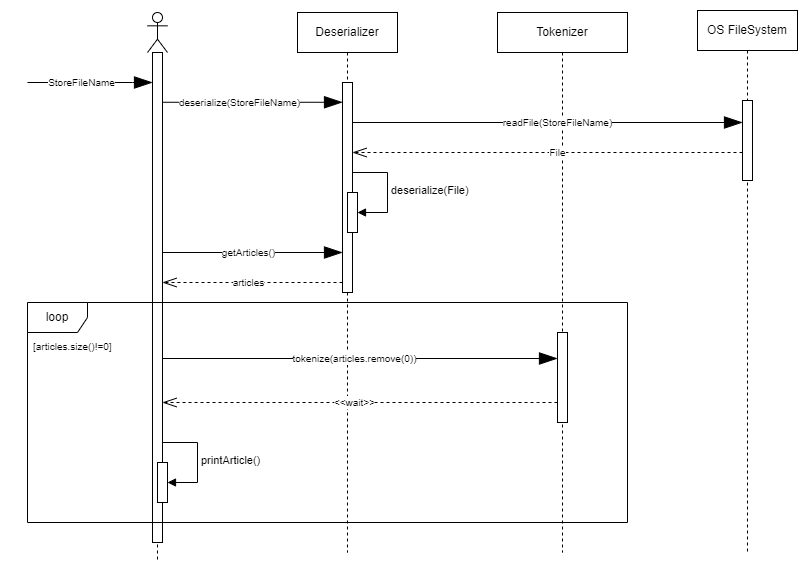
Daedalus02/eis_project keeps this draw.io diagram as design_models/sequence_diag/Deserialize_Tokenize.png. Above is the earlier version. Source tidied: cells renumbered, new cells last; positions are measured from the earlier drawing's top-left corner, leaving out a move shared by most shapes. Its diagram source:
```xml
<mxGraphModel>
  <root>
    <mxCell id="0" />
    <mxCell id="1" parent="0" />
    <mxCell id="2" style="shape=umlLifeline;perimeter=lifelinePerimeter;whiteSpace=wrap;html=1;newEdgeStyle={&quot;edgeStyle&quot;:&quot;elbowEdgeStyle&quot;,&quot;elbow&quot;:&quot;vertical&quot;,&quot;curved&quot;:0,&quot;rounded&quot;:0};participant=umlActor;" parent="1" vertex="1">
      <mxGeometry x="120" y="2" width="20" height="550" as="geometry" />
    </mxCell>
    <mxCell id="3" style="html=1;points=[];perimeter=orthogonalPerimeter;outlineConnect=0;targetShapes=umlLifeline;portConstraint=eastwest;newEdgeStyle={&quot;edgeStyle&quot;:&quot;elbowEdgeStyle&quot;,&quot;elbow&quot;:&quot;vertical&quot;,&quot;curved&quot;:0,&quot;rounded&quot;:0};" parent="2" vertex="1">
      <mxGeometry x="5" y="40" width="10" height="490" as="geometry" />
    </mxCell>
    <mxCell id="4" value="OS FileSystem" style="shape=umlLifeline;perimeter=lifelinePerimeter;whiteSpace=wrap;html=1;newEdgeStyle={&quot;edgeStyle&quot;:&quot;elbowEdgeStyle&quot;,&quot;elbow&quot;:&quot;vertical&quot;,&quot;curved&quot;:0,&quot;rounded&quot;:0};" parent="1" vertex="1">
      <mxGeometry x="670" width="100" height="542" as="geometry" />
    </mxCell>
    <mxCell id="5" style="html=1;points=[];perimeter=orthogonalPerimeter;outlineConnect=0;targetShapes=umlLifeline;portConstraint=eastwest;newEdgeStyle={&quot;edgeStyle&quot;:&quot;elbowEdgeStyle&quot;,&quot;elbow&quot;:&quot;vertical&quot;,&quot;curved&quot;:0,&quot;rounded&quot;:0};" parent="4" vertex="1">
      <mxGeometry x="45" y="90" width="10" height="80" as="geometry" />
    </mxCell>
    <mxCell id="6" value="Deserializer" style="shape=umlLifeline;perimeter=lifelinePerimeter;whiteSpace=wrap;html=1;newEdgeStyle={&quot;edgeStyle&quot;:&quot;elbowEdgeStyle&quot;,&quot;elbow&quot;:&quot;vertical&quot;,&quot;curved&quot;:0,&quot;rounded&quot;:0};" parent="1" vertex="1">
      <mxGeometry x="270" y="2" width="100" height="540" as="geometry" />
    </mxCell>
    <mxCell id="7" style="html=1;points=[];perimeter=orthogonalPerimeter;outlineConnect=0;targetShapes=umlLifeline;portConstraint=eastwest;newEdgeStyle={&quot;edgeStyle&quot;:&quot;elbowEdgeStyle&quot;,&quot;elbow&quot;:&quot;vertical&quot;,&quot;curved&quot;:0,&quot;rounded&quot;:0};" parent="6" vertex="1">
      <mxGeometry x="45" y="70" width="10" height="210" as="geometry" />
    </mxCell>
    <mxCell id="8" style="html=1;points=[];perimeter=orthogonalPerimeter;outlineConnect=0;targetShapes=umlLifeline;portConstraint=eastwest;newEdgeStyle={&quot;edgeStyle&quot;:&quot;elbowEdgeStyle&quot;,&quot;elbow&quot;:&quot;vertical&quot;,&quot;curved&quot;:0,&quot;rounded&quot;:0};" parent="6" vertex="1">
      <mxGeometry x="50" y="180" width="10" height="40" as="geometry" />
    </mxCell>
    <mxCell id="9" value="deserialize(File)" style="html=1;align=left;spacingLeft=2;endArrow=block;rounded=0;edgeStyle=orthogonalEdgeStyle;curved=0;rounded=0;" parent="6" edge="1" source="7" target="8">
      <mxGeometry relative="1" as="geometry">
        <Array as="points">
          <mxPoint x="90" y="160" />
          <mxPoint x="90" y="200" />
        </Array>
      </mxGeometry>
    </mxCell>
    <mxCell id="10" value="Tokenizer" style="shape=umlLifeline;perimeter=lifelinePerimeter;whiteSpace=wrap;html=1;newEdgeStyle={&quot;edgeStyle&quot;:&quot;elbowEdgeStyle&quot;,&quot;elbow&quot;:&quot;vertical&quot;,&quot;curved&quot;:0,&quot;rounded&quot;:0};" parent="1" vertex="1">
      <mxGeometry x="470" y="2" width="130" height="540" as="geometry" />
    </mxCell>
    <mxCell id="11" value="loop" style="shape=umlFrame;whiteSpace=wrap;html=1;" parent="10" vertex="1">
      <mxGeometry x="-470" y="290" width="600" height="220" as="geometry" />
    </mxCell>
    <mxCell id="12" value="&lt;font style=&quot;font-size: 10px;&quot;&gt;[articles.size()!=0]&lt;/font&gt;" style="text;strokeColor=none;fillColor=none;align=left;verticalAlign=top;spacingLeft=4;spacingRight=4;overflow=hidden;whiteSpace=wrap;html=1;" parent="10" vertex="1">
      <mxGeometry x="-470" y="320" width="130" height="26" as="geometry" />
    </mxCell>
    <mxCell id="13" value="&lt;font style=&quot;font-size: 10px;&quot;&gt;&amp;lt;&amp;lt;wait&amp;gt;&amp;gt;&lt;/font&gt;" style="endArrow=openThin;endSize=12;dashed=1;html=1;rounded=0;endFill=0;" parent="10" edge="1" source="14">
      <mxGeometry x="0.03" relative="1" as="geometry">
        <mxPoint x="-335" y="390" as="targetPoint" />
        <Array as="points">
          <mxPoint x="40" y="390" />
          <mxPoint x="-210" y="390" />
        </Array>
      </mxGeometry>
    </mxCell>
    <mxCell id="14" style="html=1;points=[];perimeter=orthogonalPerimeter;outlineConnect=0;targetShapes=umlLifeline;portConstraint=eastwest;newEdgeStyle={&quot;edgeStyle&quot;:&quot;elbowEdgeStyle&quot;,&quot;elbow&quot;:&quot;vertical&quot;,&quot;curved&quot;:0,&quot;rounded&quot;:0};" parent="10" vertex="1">
      <mxGeometry x="60" y="320" width="10" height="90" as="geometry" />
    </mxCell>
    <mxCell id="15" value="&lt;font style=&quot;font-size: 10px;&quot;&gt;tokenize(articles.remove(0))&lt;/font&gt;" style="endArrow=blockThin;endSize=16;endFill=1;html=1;rounded=0;" parent="10" edge="1" target="14">
      <mxGeometry x="-0.03" relative="1" as="geometry">
        <mxPoint x="-335" y="346" as="sourcePoint" />
        <Array as="points">
          <mxPoint x="-165" y="346" />
        </Array>
      </mxGeometry>
    </mxCell>
    <mxCell id="16" style="html=1;points=[];perimeter=orthogonalPerimeter;outlineConnect=0;targetShapes=umlLifeline;portConstraint=eastwest;newEdgeStyle={&quot;edgeStyle&quot;:&quot;elbowEdgeStyle&quot;,&quot;elbow&quot;:&quot;vertical&quot;,&quot;curved&quot;:0,&quot;rounded&quot;:0};" parent="10" vertex="1">
      <mxGeometry x="-340" y="450" width="10" height="40" as="geometry" />
    </mxCell>
    <mxCell id="17" value="printArticle()" style="html=1;align=left;spacingLeft=2;endArrow=block;rounded=0;edgeStyle=orthogonalEdgeStyle;curved=0;rounded=0;" parent="10" edge="1" target="16">
      <mxGeometry relative="1" as="geometry">
        <mxPoint x="-335" y="430" as="sourcePoint" />
        <Array as="points">
          <mxPoint x="-300" y="430" />
          <mxPoint x="-300" y="470" />
        </Array>
      </mxGeometry>
    </mxCell>
    <mxCell id="18" value="&lt;font style=&quot;font-size: 10px;&quot;&gt;deserialize(StoreFileName)&lt;/font&gt;" style="endArrow=blockThin;endSize=16;endFill=1;html=1;rounded=0;" parent="1" edge="1" target="7">
      <mxGeometry x="-0.14" relative="1" as="geometry">
        <mxPoint x="135" y="91.8" as="sourcePoint" />
        <Array as="points">
          <mxPoint x="300" y="91.8" />
        </Array>
      </mxGeometry>
    </mxCell>
    <mxCell id="19" value="&lt;font style=&quot;font-size: 10px;&quot;&gt;readFile(StoreFileName)&lt;/font&gt;" style="endArrow=blockThin;endSize=16;endFill=1;html=1;rounded=0;" parent="1" edge="1" target="5">
      <mxGeometry x="0.05" relative="1" as="geometry">
        <mxPoint x="325" y="112" as="sourcePoint" />
        <Array as="points">
          <mxPoint x="495" y="112" />
        </Array>
      </mxGeometry>
    </mxCell>
    <mxCell id="20" value="&lt;font style=&quot;font-size: 10px;&quot;&gt;File&lt;/font&gt;" style="endArrow=openThin;endSize=12;dashed=1;html=1;rounded=0;endFill=0;" parent="1" edge="1" source="5">
      <mxGeometry x="-0.05" relative="1" as="geometry">
        <mxPoint x="325" y="142" as="targetPoint" />
        <Array as="points">
          <mxPoint x="700" y="142" />
          <mxPoint x="610" y="142" />
        </Array>
      </mxGeometry>
    </mxCell>
    <mxCell id="21" value="&lt;font style=&quot;font-size: 10px;&quot;&gt;getArticles()&lt;/font&gt;" style="endArrow=blockThin;endSize=16;endFill=1;html=1;rounded=0;" parent="1" edge="1">
      <mxGeometry x="-0.04" relative="1" as="geometry">
        <mxPoint x="135" y="242" as="sourcePoint" />
        <mxPoint x="315" y="242" as="targetPoint" />
        <Array as="points">
          <mxPoint x="305" y="242" />
        </Array>
      </mxGeometry>
    </mxCell>
    <mxCell id="22" value="&lt;font style=&quot;font-size: 10px;&quot;&gt;articles&lt;/font&gt;" style="endArrow=openThin;endSize=12;dashed=1;html=1;rounded=0;endFill=0;" parent="1" edge="1">
      <mxGeometry x="0.04" relative="1" as="geometry">
        <mxPoint x="315" y="272" as="sourcePoint" />
        <mxPoint x="135" y="272" as="targetPoint" />
        <Array as="points">
          <mxPoint x="270" y="272" />
        </Array>
      </mxGeometry>
    </mxCell>
    <mxCell id="23" value="&lt;font style=&quot;font-size: 10px;&quot;&gt;StoreFileName&lt;/font&gt;" style="endArrow=blockThin;endSize=16;endFill=1;html=1;rounded=0;" parent="1" edge="1" target="3">
      <mxGeometry x="-0.14" relative="1" as="geometry">
        <mxPoint y="72" as="sourcePoint" />
        <Array as="points">
          <mxPoint x="105" y="72" />
        </Array>
      </mxGeometry>
    </mxCell>
  </root>
</mxGraphModel>
```
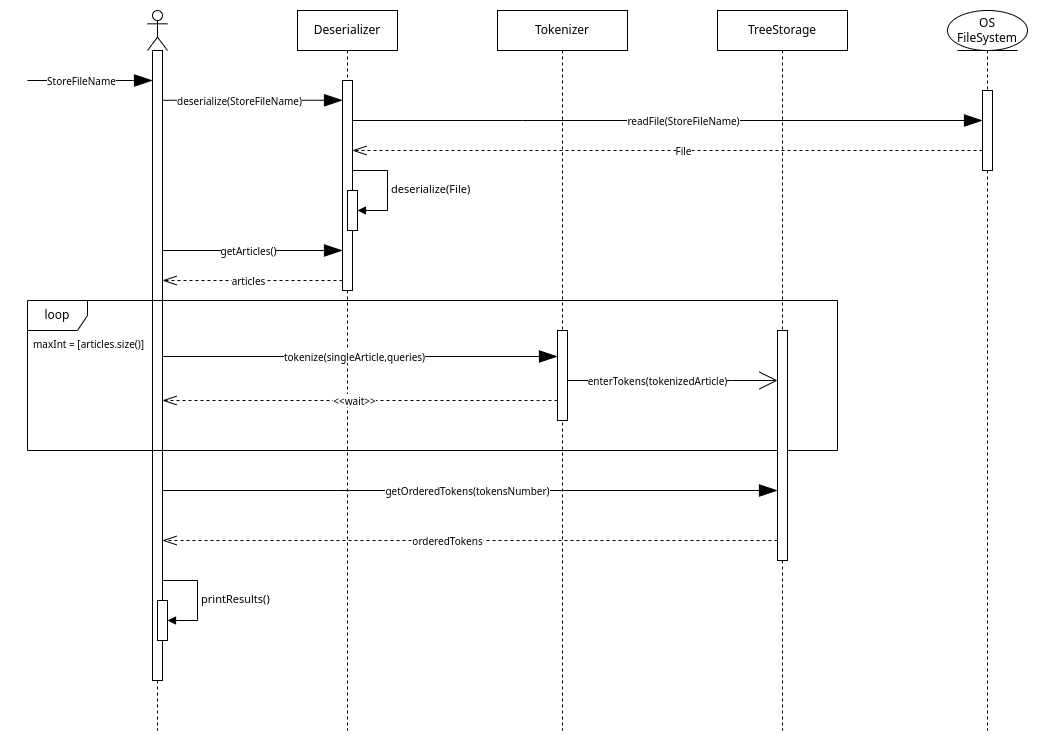
After the commit.

Diff of the diagram source:
```diff
@@ -3,19 +3,25 @@
     <mxCell id="0" />
     <mxCell id="1" parent="0" />
     <mxCell id="2" style="shape=umlLifeline;perimeter=lifelinePerimeter;whiteSpace=wrap;html=1;newEdgeStyle={&quot;edgeStyle&quot;:&quot;elbowEdgeStyle&quot;,&quot;elbow&quot;:&quot;vertical&quot;,&quot;curved&quot;:0,&quot;rounded&quot;:0};participant=umlActor;" parent="1" vertex="1">
-      <mxGeometry x="120" y="2" width="20" height="550" as="geometry" />
+      <mxGeometry x="120" y="2" width="20" height="720" as="geometry" />
     </mxCell>
     <mxCell id="3" style="html=1;points=[];perimeter=orthogonalPerimeter;outlineConnect=0;targetShapes=umlLifeline;portConstraint=eastwest;newEdgeStyle={&quot;edgeStyle&quot;:&quot;elbowEdgeStyle&quot;,&quot;elbow&quot;:&quot;vertical&quot;,&quot;curved&quot;:0,&quot;rounded&quot;:0};" parent="2" vertex="1">
-      <mxGeometry x="5" y="40" width="10" height="490" as="geometry" />
+      <mxGeometry x="5" y="40" width="10" height="630" as="geometry" />
     </mxCell>
-    <mxCell id="4" value="OS FileSystem" style="shape=umlLifeline;perimeter=lifelinePerimeter;whiteSpace=wrap;html=1;newEdgeStyle={&quot;edgeStyle&quot;:&quot;elbowEdgeStyle&quot;,&quot;elbow&quot;:&quot;vertical&quot;,&quot;curved&quot;:0,&quot;rounded&quot;:0};" parent="1" vertex="1">
-      <mxGeometry x="670" width="100" height="542" as="geometry" />
-    </mxCell>
-    <mxCell id="5" style="html=1;points=[];perimeter=orthogonalPerimeter;outlineConnect=0;targetShapes=umlLifeline;portConstraint=eastwest;newEdgeStyle={&quot;edgeStyle&quot;:&quot;elbowEdgeStyle&quot;,&quot;elbow&quot;:&quot;vertical&quot;,&quot;curved&quot;:0,&quot;rounded&quot;:0};" parent="4" vertex="1">
-      <mxGeometry x="45" y="90" width="10" height="80" as="geometry" />
-    </mxCell>
+    <mxCell id="16" style="html=1;points=[];perimeter=orthogonalPerimeter;outlineConnect=0;targetShapes=umlLifeline;portConstraint=eastwest;newEdgeStyle={&quot;edgeStyle&quot;:&quot;elbowEdgeStyle&quot;,&quot;elbow&quot;:&quot;vertical&quot;,&quot;curved&quot;:0,&quot;rounded&quot;:0};" parent="2" vertex="1">
+      <mxGeometry x="10" y="590" width="10" height="40" as="geometry" />
+    </mxCell>
+    <mxCell id="17" value="printResults()" style="html=1;align=left;spacingLeft=2;endArrow=block;rounded=0;edgeStyle=orthogonalEdgeStyle;curved=0;rounded=0;" parent="2" edge="1" target="16">
+      <mxGeometry relative="1" as="geometry">
+        <mxPoint x="15" y="570" as="sourcePoint" />
+        <Array as="points">
+          <mxPoint x="50" y="570" />
+          <mxPoint x="50" y="610" />
+        </Array>
+      </mxGeometry>
+    </mxCell>
     <mxCell id="6" value="Deserializer" style="shape=umlLifeline;perimeter=lifelinePerimeter;whiteSpace=wrap;html=1;newEdgeStyle={&quot;edgeStyle&quot;:&quot;elbowEdgeStyle&quot;,&quot;elbow&quot;:&quot;vertical&quot;,&quot;curved&quot;:0,&quot;rounded&quot;:0};" parent="1" vertex="1">
-      <mxGeometry x="270" y="2" width="100" height="540" as="geometry" />
+      <mxGeometry x="270" y="2" width="100" height="720" as="geometry" />
     </mxCell>
     <mxCell id="7" style="html=1;points=[];perimeter=orthogonalPerimeter;outlineConnect=0;targetShapes=umlLifeline;portConstraint=eastwest;newEdgeStyle={&quot;edgeStyle&quot;:&quot;elbowEdgeStyle&quot;,&quot;elbow&quot;:&quot;vertical&quot;,&quot;curved&quot;:0,&quot;rounded&quot;:0};" parent="6" vertex="1">
       <mxGeometry x="45" y="70" width="10" height="210" as="geometry" />
@@ -32,46 +38,8 @@
       </mxGeometry>
     </mxCell>
     <mxCell id="10" value="Tokenizer" style="shape=umlLifeline;perimeter=lifelinePerimeter;whiteSpace=wrap;html=1;newEdgeStyle={&quot;edgeStyle&quot;:&quot;elbowEdgeStyle&quot;,&quot;elbow&quot;:&quot;vertical&quot;,&quot;curved&quot;:0,&quot;rounded&quot;:0};" parent="1" vertex="1">
-      <mxGeometry x="470" y="2" width="130" height="540" as="geometry" />
+      <mxGeometry x="470" y="2" width="130" height="720" as="geometry" />
     </mxCell>
-    <mxCell id="11" value="loop" style="shape=umlFrame;whiteSpace=wrap;html=1;" parent="10" vertex="1">
-      <mxGeometry x="-470" y="290" width="600" height="220" as="geometry" />
-    </mxCell>
-    <mxCell id="12" value="&lt;font style=&quot;font-size: 10px;&quot;&gt;[articles.size()!=0]&lt;/font&gt;" style="text;strokeColor=none;fillColor=none;align=left;verticalAlign=top;spacingLeft=4;spacingRight=4;overflow=hidden;whiteSpace=wrap;html=1;" parent="10" vertex="1">
-      <mxGeometry x="-470" y="320" width="130" height="26" as="geometry" />
-    </mxCell>
-    <mxCell id="13" value="&lt;font style=&quot;font-size: 10px;&quot;&gt;&amp;lt;&amp;lt;wait&amp;gt;&amp;gt;&lt;/font&gt;" style="endArrow=openThin;endSize=12;dashed=1;html=1;rounded=0;endFill=0;" parent="10" edge="1" source="14">
-      <mxGeometry x="0.03" relative="1" as="geometry">
-        <mxPoint x="-335" y="390" as="targetPoint" />
-        <Array as="points">
-          <mxPoint x="40" y="390" />
-          <mxPoint x="-210" y="390" />
-        </Array>
-      </mxGeometry>
-    </mxCell>
-    <mxCell id="14" style="html=1;points=[];perimeter=orthogonalPerimeter;outlineConnect=0;targetShapes=umlLifeline;portConstraint=eastwest;newEdgeStyle={&quot;edgeStyle&quot;:&quot;elbowEdgeStyle&quot;,&quot;elbow&quot;:&quot;vertical&quot;,&quot;curved&quot;:0,&quot;rounded&quot;:0};" parent="10" vertex="1">
-      <mxGeometry x="60" y="320" width="10" height="90" as="geometry" />
-    </mxCell>
-    <mxCell id="15" value="&lt;font style=&quot;font-size: 10px;&quot;&gt;tokenize(articles.remove(0))&lt;/font&gt;" style="endArrow=blockThin;endSize=16;endFill=1;html=1;rounded=0;" parent="10" edge="1" target="14">
-      <mxGeometry x="-0.03" relative="1" as="geometry">
-        <mxPoint x="-335" y="346" as="sourcePoint" />
-        <Array as="points">
-          <mxPoint x="-165" y="346" />
-        </Array>
-      </mxGeometry>
-    </mxCell>
-    <mxCell id="16" style="html=1;points=[];perimeter=orthogonalPerimeter;outlineConnect=0;targetShapes=umlLifeline;portConstraint=eastwest;newEdgeStyle={&quot;edgeStyle&quot;:&quot;elbowEdgeStyle&quot;,&quot;elbow&quot;:&quot;vertical&quot;,&quot;curved&quot;:0,&quot;rounded&quot;:0};" parent="10" vertex="1">
-      <mxGeometry x="-340" y="450" width="10" height="40" as="geometry" />
-    </mxCell>
-    <mxCell id="17" value="printArticle()" style="html=1;align=left;spacingLeft=2;endArrow=block;rounded=0;edgeStyle=orthogonalEdgeStyle;curved=0;rounded=0;" parent="10" edge="1" target="16">
-      <mxGeometry relative="1" as="geometry">
-        <mxPoint x="-335" y="430" as="sourcePoint" />
-        <Array as="points">
-          <mxPoint x="-300" y="430" />
-          <mxPoint x="-300" y="470" />
-        </Array>
-      </mxGeometry>
-    </mxCell>
     <mxCell id="18" value="&lt;font style=&quot;font-size: 10px;&quot;&gt;deserialize(StoreFileName)&lt;/font&gt;" style="endArrow=blockThin;endSize=16;endFill=1;html=1;rounded=0;" parent="1" edge="1" target="7">
       <mxGeometry x="-0.14" relative="1" as="geometry">
         <mxPoint x="135" y="91.8" as="sourcePoint" />
@@ -80,16 +48,18 @@
         </Array>
       </mxGeometry>
     </mxCell>
-    <mxCell id="19" value="&lt;font style=&quot;font-size: 10px;&quot;&gt;readFile(StoreFileName)&lt;/font&gt;" style="endArrow=blockThin;endSize=16;endFill=1;html=1;rounded=0;" parent="1" edge="1" target="5">
+    <mxCell id="19" value="&lt;font style=&quot;font-size: 10px;&quot;&gt;readFile(StoreFileName)&lt;/font&gt;" style="endArrow=blockThin;endSize=16;endFill=1;html=1;rounded=0;" parent="1" edge="1">
       <mxGeometry x="0.05" relative="1" as="geometry">
         <mxPoint x="325" y="112" as="sourcePoint" />
+        <mxPoint x="955" y="112" as="targetPoint" />
         <Array as="points">
           <mxPoint x="495" y="112" />
         </Array>
       </mxGeometry>
     </mxCell>
-    <mxCell id="20" value="&lt;font style=&quot;font-size: 10px;&quot;&gt;File&lt;/font&gt;" style="endArrow=openThin;endSize=12;dashed=1;html=1;rounded=0;endFill=0;" parent="1" edge="1" source="5">
+    <mxCell id="20" value="&lt;font style=&quot;font-size: 10px;&quot;&gt;File&lt;/font&gt;" style="endArrow=openThin;endSize=12;dashed=1;html=1;rounded=0;endFill=0;" parent="1" edge="1">
       <mxGeometry x="-0.05" relative="1" as="geometry">
+        <mxPoint x="955" y="142" as="sourcePoint" />
         <mxPoint x="325" y="142" as="targetPoint" />
         <Array as="points">
           <mxPoint x="700" y="142" />
@@ -123,5 +93,67 @@
         </Array>
       </mxGeometry>
     </mxCell>
+    <mxCell id="11" value="loop" style="shape=umlFrame;whiteSpace=wrap;html=1;" parent="1" vertex="1">
+      <mxGeometry y="292" width="810" height="150" as="geometry" />
+    </mxCell>
+    <mxCell id="12" value="&lt;font style=&quot;font-size: 10px;&quot;&gt;maxInt = [articles.size()]&lt;/font&gt;" style="text;strokeColor=none;fillColor=none;align=left;verticalAlign=top;spacingLeft=4;spacingRight=4;overflow=hidden;whiteSpace=wrap;html=1;" parent="1" vertex="1">
+      <mxGeometry y="322" width="130" height="26" as="geometry" />
+    </mxCell>
+    <mxCell id="13" value="&lt;font style=&quot;font-size: 10px;&quot;&gt;&amp;lt;&amp;lt;wait&amp;gt;&amp;gt;&lt;/font&gt;" style="endArrow=openThin;endSize=12;dashed=1;html=1;rounded=0;endFill=0;" parent="1" edge="1" source="14">
+      <mxGeometry x="0.03" relative="1" as="geometry">
+        <mxPoint x="135" y="392" as="targetPoint" />
+        <Array as="points">
+          <mxPoint x="510" y="392" />
+          <mxPoint x="260" y="392" />
+        </Array>
+      </mxGeometry>
+    </mxCell>
+    <mxCell id="14" style="html=1;points=[];perimeter=orthogonalPerimeter;outlineConnect=0;targetShapes=umlLifeline;portConstraint=eastwest;newEdgeStyle={&quot;edgeStyle&quot;:&quot;elbowEdgeStyle&quot;,&quot;elbow&quot;:&quot;vertical&quot;,&quot;curved&quot;:0,&quot;rounded&quot;:0};" parent="1" vertex="1">
+      <mxGeometry x="530" y="322" width="10" height="90" as="geometry" />
+    </mxCell>
+    <mxCell id="15" value="&lt;font style=&quot;font-size: 10px;&quot;&gt;tokenize(singleArticle,queries)&lt;/font&gt;" style="endArrow=blockThin;endSize=16;endFill=1;html=1;rounded=0;" parent="1" edge="1" target="14">
+      <mxGeometry x="-0.03" relative="1" as="geometry">
+        <mxPoint x="135" y="348" as="sourcePoint" />
+        <Array as="points">
+          <mxPoint x="305" y="348" />
+        </Array>
+      </mxGeometry>
+    </mxCell>
+    <mxCell id="24" value="TreeStorage" style="shape=umlLifeline;perimeter=lifelinePerimeter;whiteSpace=wrap;html=1;newEdgeStyle={&quot;edgeStyle&quot;:&quot;elbowEdgeStyle&quot;,&quot;elbow&quot;:&quot;vertical&quot;,&quot;curved&quot;:0,&quot;rounded&quot;:0};" parent="1" vertex="1">
+      <mxGeometry x="690" y="2" width="130" height="720" as="geometry" />
+    </mxCell>
+    <mxCell id="25" style="html=1;points=[];perimeter=orthogonalPerimeter;outlineConnect=0;targetShapes=umlLifeline;portConstraint=eastwest;newEdgeStyle={&quot;edgeStyle&quot;:&quot;elbowEdgeStyle&quot;,&quot;elbow&quot;:&quot;vertical&quot;,&quot;curved&quot;:0,&quot;rounded&quot;:0};" parent="24" vertex="1">
+      <mxGeometry x="60" y="320" width="10" height="230" as="geometry" />
+    </mxCell>
+    <mxCell id="4" value="OS FileSystem" style="shape=umlLifeline;perimeter=lifelinePerimeter;whiteSpace=wrap;html=1;newEdgeStyle={&quot;edgeStyle&quot;:&quot;elbowEdgeStyle&quot;,&quot;elbow&quot;:&quot;vertical&quot;,&quot;curved&quot;:0,&quot;rounded&quot;:0};participant=umlEntity;" parent="1" vertex="1">
+      <mxGeometry x="920" y="2" width="80" height="720" as="geometry" />
+    </mxCell>
+    <mxCell id="26" style="html=1;perimeter=orthogonalPerimeter;targetShapes=umlLifeline;newEdgeStyle={&quot;edgeStyle&quot;:&quot;elbowEdgeStyle&quot;,&quot;elbow&quot;:&quot;vertical&quot;,&quot;curved&quot;:0,&quot;rounded&quot;:0};" parent="4" vertex="1">
+      <mxGeometry x="35" y="80" width="10" height="80" as="geometry" />
+    </mxCell>
+    <mxCell id="27" value="&lt;font style=&quot;font-size: 10px;&quot;&gt;enterTokens(tokenizedArticle)&lt;/font&gt;" style="endArrow=open;endSize=16;endFill=0;html=1;rounded=0;" parent="1" edge="1" target="25">
+      <mxGeometry x="-0.14" relative="1" as="geometry">
+        <mxPoint x="540" y="372" as="sourcePoint" />
+        <Array as="points">
+          <mxPoint x="705" y="372" />
+        </Array>
+      </mxGeometry>
+    </mxCell>
+    <mxCell id="28" value="&lt;font style=&quot;font-size: 10px;&quot;&gt;getOrderedTokens(tokensNumber)&lt;/font&gt;" style="endArrow=blockThin;endSize=16;endFill=1;html=1;rounded=0;" parent="1" edge="1" source="3" target="25">
+      <mxGeometry x="-0.01" relative="1" as="geometry">
+        <Array as="points">
+          <mxPoint x="310" y="482" />
+          <mxPoint x="520" y="482" />
+        </Array>
+      </mxGeometry>
+    </mxCell>
+    <mxCell id="29" value="&lt;span style=&quot;font-size: 10px;&quot;&gt;orderedTokens&lt;/span&gt;" style="endArrow=openThin;endSize=12;dashed=1;html=1;rounded=0;endFill=0;" parent="1" edge="1" source="25" target="3">
+      <mxGeometry x="0.07" relative="1" as="geometry">
+        <Array as="points">
+          <mxPoint x="515" y="532" />
+          <mxPoint x="425" y="532" />
+        </Array>
+      </mxGeometry>
+    </mxCell>
   </root>
 </mxGraphModel>
```
